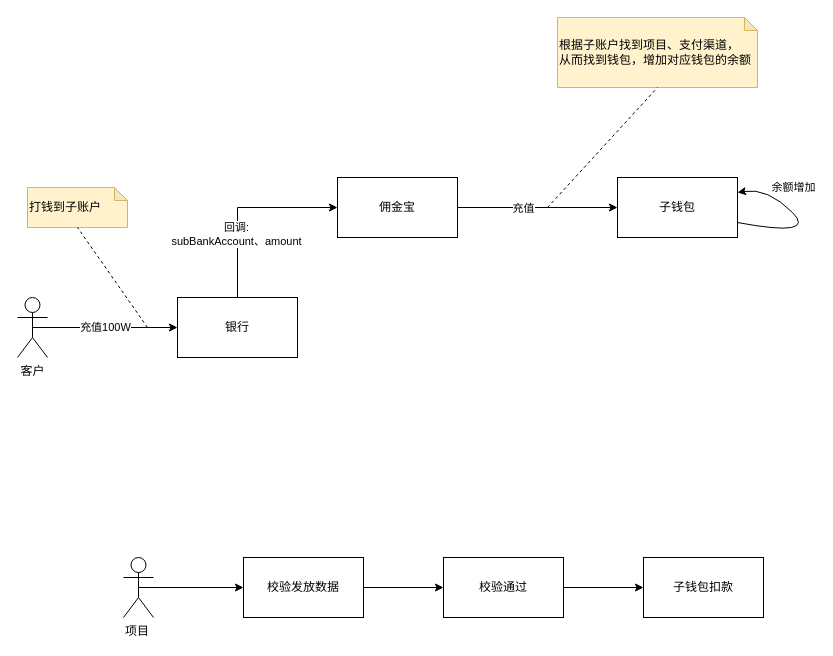
This is 分包项目钱包设计.drawio from kuangziyang/shop-design, a draw.io file, before an edit. Source tidied: cells renumbered, new cells numbered last; positions are measured from the earlier drawing's top-left corner, leaving out a move shared by most shapes. Both pictures are drawn from the tidied source at 100%, with x=0, y=0 at pixel (17, 17).
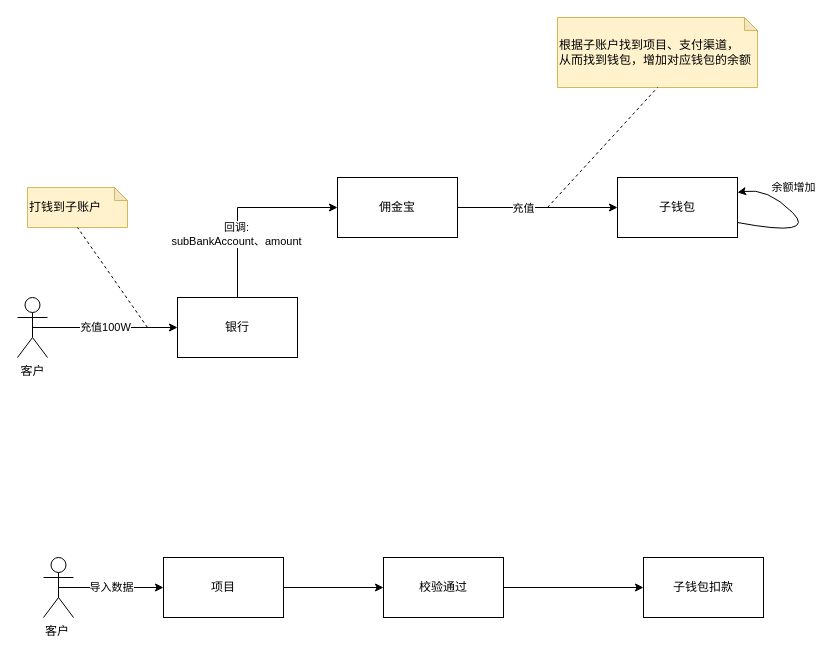
The same diagram, later.

Commit message:
Update 分包项目钱包设计.drawio

Diff of the diagram source:
```diff
@@
-    <mxCell id="16" style="edgeStyle=orthogonalEdgeStyle;rounded=0;jettySize=auto;html=1;exitX=0.5;exitY=0.5;exitDx=0;exitDy=0;exitPerimeter=0;entryX=0;entryY=0.5;entryDx=0;entryDy=0;fontColor=none;" parent="1" edge="1" source="17" target="19">
-      <mxGeometry relative="1" as="geometry" />
-    </mxCell>
-    <mxCell id="17" value="项目" style="shape=umlActor;verticalLabelPosition=bottom;verticalAlign=top;html=1;outlineConnect=0;labelBackgroundColor=#ffffff;fontColor=none;align=left;" parent="1" vertex="1">
-      <mxGeometry x="106" y="540" width="30" height="60" as="geometry" />
-    </mxCell>
@@
-    <mxCell id="19" value="校验发放数据" style="rounded=0;whiteSpace=wrap;html=1;" parent="1" vertex="1">
-      <mxGeometry x="226" y="540" width="120" height="60" as="geometry" />
+    <mxCell id="19" value="项目" style="rounded=0;whiteSpace=wrap;html=1;" parent="1" vertex="1">
+      <mxGeometry x="146" y="540" width="120" height="60" as="geometry" />
     </mxCell>
@@
     <mxCell id="21" value="校验通过" style="whiteSpace=wrap;html=1;rounded=0;" parent="1" vertex="1">
-      <mxGeometry x="426" y="540" width="120" height="60" as="geometry" />
+      <mxGeometry x="366" y="540" width="120" height="60" as="geometry" />
     </mxCell>
@@
+    <mxCell id="23" value="导入数据" style="edgeStyle=orthogonalEdgeStyle;rounded=0;jettySize=auto;html=1;exitX=0.5;exitY=0.5;exitDx=0;exitDy=0;exitPerimeter=0;entryX=0;entryY=0.5;entryDx=0;entryDy=0;fontColor=none;" parent="1" edge="1" source="24" target="19">
+      <mxGeometry relative="1" as="geometry" />
+    </mxCell>
+    <mxCell id="24" value="客户" style="shape=umlActor;verticalLabelPosition=bottom;verticalAlign=top;html=1;outlineConnect=0;labelBackgroundColor=#ffffff;fontColor=none;align=left;" parent="1" vertex="1">
+      <mxGeometry x="26" y="540" width="30" height="60" as="geometry" />
+    </mxCell>
```
